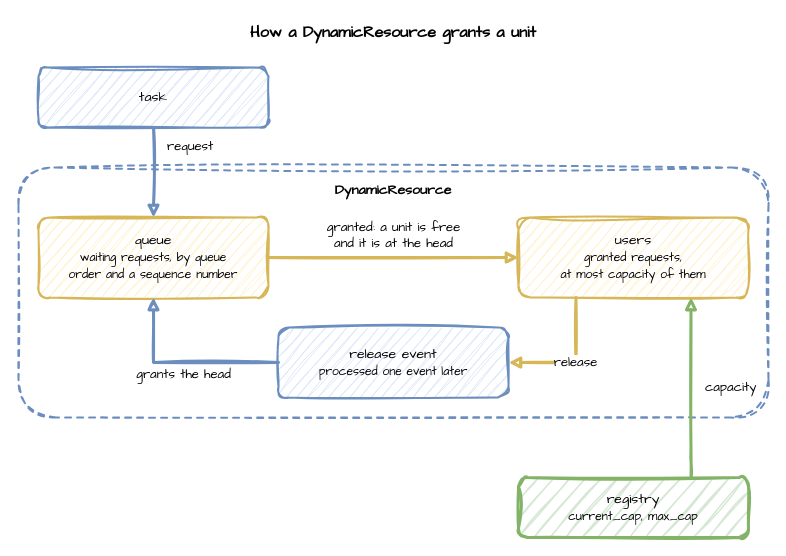
This is docs/assets/diagrams/resource-grant.drawio from jaehyeon-kim/desflow, a draw.io file, before an edit. Source tidied: cells renumbered, new cells numbered last; positions are measured from the earlier drawing's top-left corner, leaving out a move shared by most shapes. Both pictures are drawn from the tidied source at 100%, with x=0, y=0 at pixel (18, 17).
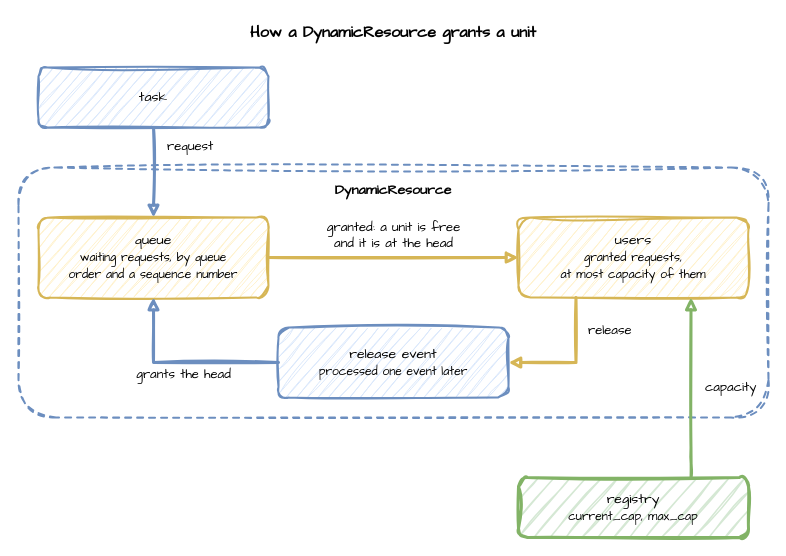
Above is the later version.

The edit, as a diff of the source:
```diff
@@
 <mxGraphModel>
   <root>
     <mxCell id="0" />
     <mxCell id="1" parent="0" />
     <mxCell id="2" value="How a DynamicResource grants a unit" style="text;html=1;align=center;verticalAlign=middle;whiteSpace=wrap;fontFamily=Comic Sans MS;fontSize=16;fontStyle=1;" parent="1" vertex="1">
       <mxGeometry width="750" height="30" as="geometry" />
     </mxCell>
     <mxCell id="3" value="task" style="rounded=1;whiteSpace=wrap;html=1;sketch=1;curveFitting=1;jiggle=2;fontFamily=Comic Sans MS;fontSize=14;fillColor=#dae8fc;strokeColor=#6c8ebf;strokeWidth=2;" parent="1" vertex="1">
       <mxGeometry x="20" y="50" width="230" height="60" as="geometry" />
     </mxCell>
     <mxCell id="4" value="DynamicResource" style="rounded=1;whiteSpace=wrap;html=1;sketch=1;curveFitting=1;jiggle=2;fontFamily=Comic Sans MS;fontSize=14;fillColor=none;strokeColor=#6c8ebf;strokeWidth=2;dashed=1;verticalAlign=top;align=center;spacingTop=8;fontStyle=1;" parent="1" vertex="1">
       <mxGeometry y="150" width="750" height="250" as="geometry" />
     </mxCell>
     <mxCell id="5" value="queue&lt;br&gt;&lt;font style='font-size:12px'&gt;waiting requests, by queue&lt;br&gt;order and a sequence number&lt;/font&gt;" style="rounded=1;whiteSpace=wrap;html=1;sketch=1;curveFitting=1;jiggle=2;fontFamily=Comic Sans MS;fontSize=14;fillColor=#fff2cc;strokeColor=#d6b656;strokeWidth=2;" parent="1" vertex="1">
       <mxGeometry x="20" y="200" width="230" height="80" as="geometry" />
     </mxCell>
     <mxCell id="6" value="users&lt;br&gt;&lt;font style='font-size:12px'&gt;granted requests,&lt;br&gt;at most capacity of them&lt;/font&gt;" style="rounded=1;whiteSpace=wrap;html=1;sketch=1;curveFitting=1;jiggle=2;fontFamily=Comic Sans MS;fontSize=14;fillColor=#fff2cc;strokeColor=#d6b656;strokeWidth=2;" parent="1" vertex="1">
       <mxGeometry x="500" y="200" width="230" height="80" as="geometry" />
     </mxCell>
     <mxCell id="7" value="release event&lt;br&gt;&lt;font style='font-size:12px'&gt;processed one event later&lt;/font&gt;" style="rounded=1;whiteSpace=wrap;html=1;sketch=1;curveFitting=1;jiggle=2;fontFamily=Comic Sans MS;fontSize=14;fillColor=#dae8fc;strokeColor=#6c8ebf;strokeWidth=2;" parent="1" vertex="1">
       <mxGeometry x="260" y="310" width="230" height="70" as="geometry" />
     </mxCell>
     <mxCell id="8" value="registry&lt;br&gt;&lt;font style='font-size:12px'&gt;current_cap, max_cap&lt;/font&gt;" style="rounded=1;whiteSpace=wrap;html=1;sketch=1;curveFitting=1;jiggle=2;fontFamily=Comic Sans MS;fontSize=14;fillColor=#d5e8d4;strokeColor=#82b366;strokeWidth=3;" parent="1" vertex="1">
       <mxGeometry x="500" y="460" width="230" height="60" as="geometry" />
     </mxCell>
     <mxCell id="9" value="request" style="edgeStyle=orthogonalEdgeStyle;rounded=0;sketch=1;html=1;strokeWidth=3;endArrow=block;strokeColor=#6c8ebf;fontFamily=Comic Sans MS;fontSize=13;labelBackgroundColor=#ffffff;exitX=0.5;exitY=1;entryX=0.5;entryY=0;align=left;" parent="1" edge="1" source="3" target="5">
       <mxGeometry relative="1" as="geometry">
         <mxPoint x="12" y="-26" as="offset" />
       </mxGeometry>
     </mxCell>
     <mxCell id="10" value="granted: a unit is free&lt;br&gt;and it is at the head" style="edgeStyle=orthogonalEdgeStyle;rounded=0;sketch=1;html=1;strokeWidth=3;endArrow=block;strokeColor=#d6b656;fontFamily=Comic Sans MS;fontSize=13;labelBackgroundColor=#ffffff;exitX=1;exitY=0.5;entryX=0;entryY=0.5;" parent="1" edge="1" source="5" target="6">
       <mxGeometry relative="1" as="geometry">
         <mxPoint y="-22" as="offset" />
       </mxGeometry>
     </mxCell>
-    <mxCell id="11" value="release" style="edgeStyle=orthogonalEdgeStyle;rounded=0;sketch=1;html=1;strokeWidth=3;endArrow=block;strokeColor=#d6b656;fontFamily=Comic Sans MS;fontSize=13;labelBackgroundColor=#ffffff;exitX=0.25;exitY=1;entryX=1;entryY=0.5;" parent="1" edge="1" source="6" target="7">
-      <mxGeometry relative="1" as="geometry" />
+    <mxCell id="11" value="release" style="align=left;edgeStyle=orthogonalEdgeStyle;rounded=0;sketch=1;html=1;strokeWidth=3;endArrow=block;strokeColor=#d6b656;fontFamily=Comic Sans MS;fontSize=13;labelBackgroundColor=#ffffff;exitX=0.25;exitY=1;entryX=1;entryY=0.5;" parent="1" edge="1" source="6" target="7">
+      <mxGeometry x="-0.5" relative="1" as="geometry">
+        <mxPoint x="10" as="offset" />
+      </mxGeometry>
     </mxCell>
     <mxCell id="12" value="grants the head" style="edgeStyle=orthogonalEdgeStyle;rounded=0;sketch=1;html=1;strokeWidth=3;endArrow=block;strokeColor=#6c8ebf;fontFamily=Comic Sans MS;fontSize=13;labelBackgroundColor=#ffffff;exitX=0;exitY=0.5;entryX=0.5;entryY=1;" parent="1" edge="1" source="7" target="5">
       <mxGeometry relative="1" as="geometry">
         <mxPoint y="12" as="offset" />
       </mxGeometry>
     </mxCell>
     <mxCell id="13" value="capacity" style="edgeStyle=orthogonalEdgeStyle;rounded=0;sketch=1;html=1;strokeWidth=3;endArrow=block;strokeColor=#82b366;fontFamily=Comic Sans MS;fontSize=13;labelBackgroundColor=#ffffff;exitX=0.75;exitY=0;entryX=0.75;entryY=1;align=left;" parent="1" edge="1" source="8" target="6">
       <mxGeometry relative="1" as="geometry">
         <Array as="points">
           <mxPoint x="672" y="430" />
         </Array>
         <mxPoint x="12" as="offset" />
       </mxGeometry>
     </mxCell>
   </root>
 </mxGraphModel>
```
